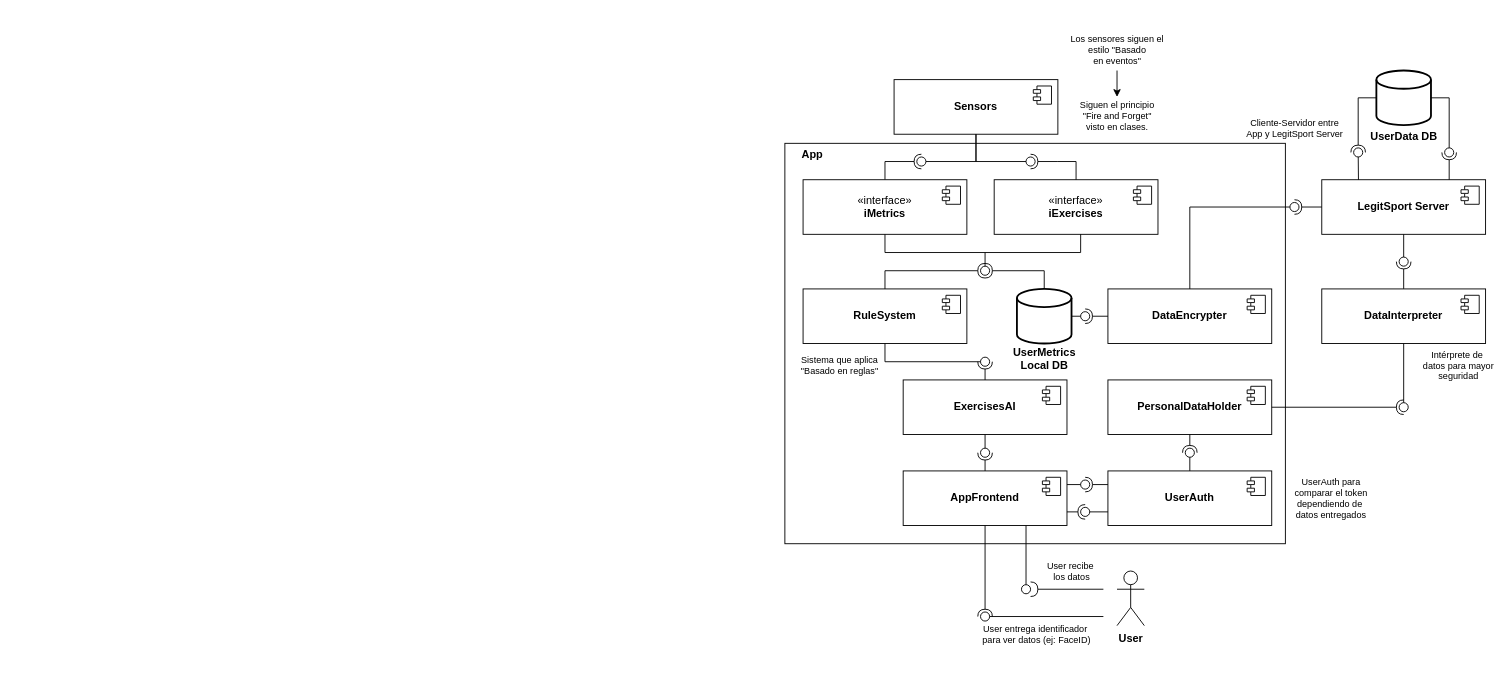
The draw.io diagram Diagrama sin título.drawio in dgolzm/E1-2024-2, before the edit. Source tidied: cells renumbered, new cells numbered last; positions are measured from the earlier drawing's top-left corner, leaving out a move shared by most shapes. Both pictures are drawn from the tidied source at 91%, with x=0, y=0 at pixel (775, 15).
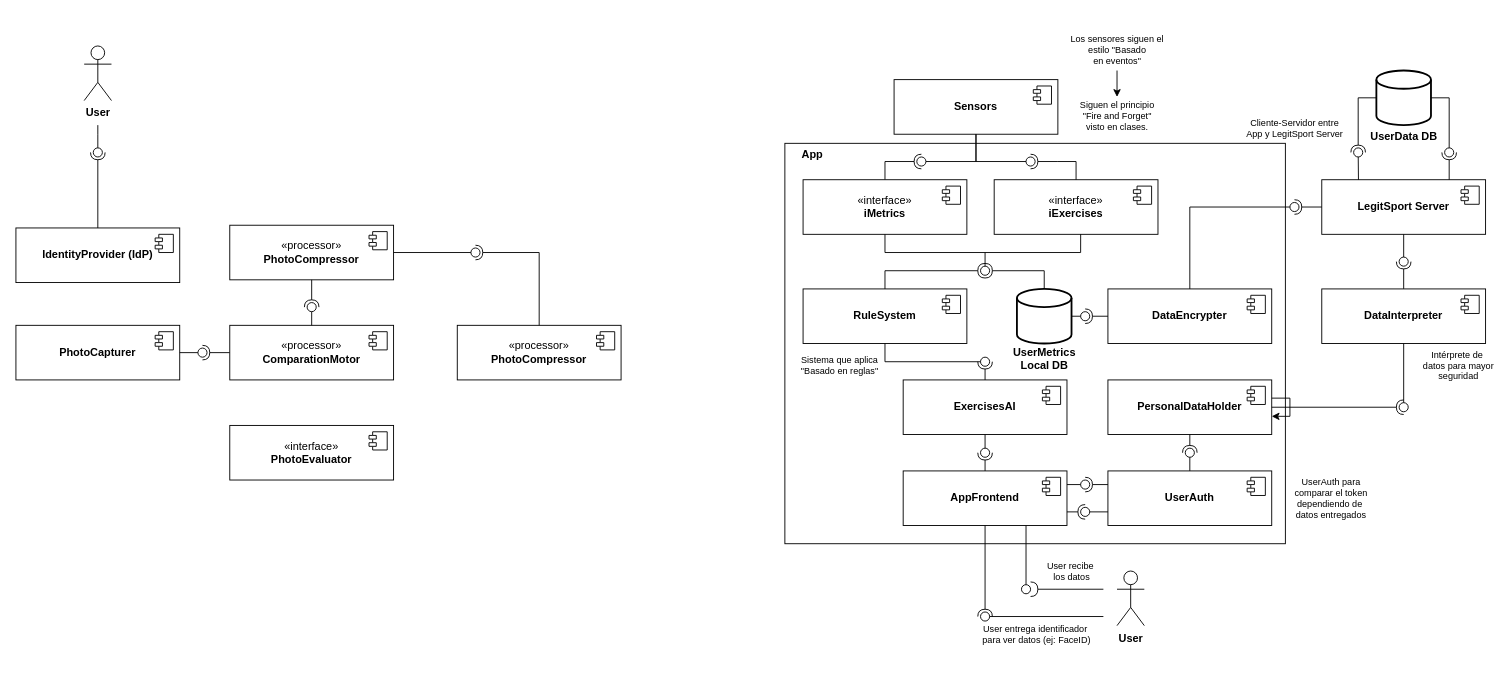
The same page after the edit.

The change refers to these unchanged cells:
```xml
<mxCell id="66" value="&lt;b&gt;PersonalDataHolder&lt;/b&gt;" style="html=1;whiteSpace=wrap;" parent="1" vertex="1">
  <mxGeometry x="365" y="400" width="180" height="60" as="geometry" />
</mxCell>
```

Change to the diagram source:
```diff
@@
+    <mxCell id="91" style="edgeStyle=orthogonalEdgeStyle;rounded=0;orthogonalLoop=1;jettySize=auto;html=1;" parent="1" edge="1" source="66" target="66">
+      <mxGeometry relative="1" as="geometry" />
+    </mxCell>
+    <mxCell id="92" value="&lt;b&gt;User&lt;/b&gt;" style="shape=umlActor;verticalLabelPosition=bottom;verticalAlign=top;html=1;" parent="1" vertex="1">
+      <mxGeometry x="-760" y="33" width="30" height="60" as="geometry" />
+    </mxCell>
+    <mxCell id="93" value="&lt;b&gt;IdentityProvider (IdP)&lt;/b&gt;" style="html=1;whiteSpace=wrap;" parent="1" vertex="1">
+      <mxGeometry x="-835" y="233" width="180" height="60" as="geometry" />
+    </mxCell>
+    <mxCell id="94" style="shape=module;jettyWidth=8;jettyHeight=4;" parent="93" vertex="1">
+      <mxGeometry x="1" width="20" height="20" relative="1" as="geometry">
+        <mxPoint x="-27" y="7" as="offset" />
+      </mxGeometry>
+    </mxCell>
+    <mxCell id="95" style="rounded=0;jettySize=auto;html=1;endArrow=halfCircle;endFill=0;endSize=6;strokeWidth=1;sketch=0;exitX=0.5;exitY=0;exitDx=0;exitDy=0;" parent="1" edge="1" source="93">
+      <mxGeometry relative="1" as="geometry">
+        <mxPoint x="-745" y="150" as="targetPoint" />
+      </mxGeometry>
+    </mxCell>
+    <mxCell id="96" style="rounded=0;orthogonalLoop=1;jettySize=auto;html=1;endArrow=oval;endFill=0;sketch=0;sourcePerimeterSpacing=0;targetPerimeterSpacing=0;endSize=10;" parent="1" edge="1">
+      <mxGeometry relative="1" as="geometry">
+        <mxPoint x="-745" y="120" as="sourcePoint" />
+        <mxPoint x="-745" y="150" as="targetPoint" />
+        <Array as="points">
+          <mxPoint x="-745" y="130" />
+        </Array>
+      </mxGeometry>
+    </mxCell>
+    <mxCell id="97" value="&lt;b&gt;PhotoCapturer&lt;/b&gt;" style="html=1;whiteSpace=wrap;" parent="1" vertex="1">
+      <mxGeometry x="-835" y="340" width="180" height="60" as="geometry" />
+    </mxCell>
+    <mxCell id="98" style="shape=module;jettyWidth=8;jettyHeight=4;" parent="97" vertex="1">
+      <mxGeometry x="1" width="20" height="20" relative="1" as="geometry">
+        <mxPoint x="-27" y="7" as="offset" />
+      </mxGeometry>
+    </mxCell>
+    <mxCell id="99" style="rounded=0;jettySize=auto;html=1;endArrow=halfCircle;endFill=0;endSize=6;strokeWidth=1;sketch=0;exitX=0;exitY=0.5;exitDx=0;exitDy=0;" parent="1" edge="1" source="101">
+      <mxGeometry relative="1" as="geometry">
+        <mxPoint x="-630" y="370" as="targetPoint" />
+      </mxGeometry>
+    </mxCell>
+    <mxCell id="100" style="rounded=0;jettySize=auto;html=1;endArrow=oval;endFill=0;sketch=0;sourcePerimeterSpacing=0;targetPerimeterSpacing=0;endSize=10;exitX=1;exitY=0.5;exitDx=0;exitDy=0;" parent="1" edge="1" source="97">
+      <mxGeometry relative="1" as="geometry">
+        <mxPoint x="-630" y="370" as="targetPoint" />
+      </mxGeometry>
+    </mxCell>
+    <mxCell id="101" value="«processor»&lt;br&gt;&lt;b&gt;ComparationMotor&lt;/b&gt;" style="html=1;whiteSpace=wrap;" parent="1" vertex="1">
+      <mxGeometry x="-600" y="340" width="180" height="60" as="geometry" />
+    </mxCell>
+    <mxCell id="102" style="shape=module;jettyWidth=8;jettyHeight=4;" parent="101" vertex="1">
+      <mxGeometry x="1" width="20" height="20" relative="1" as="geometry">
+        <mxPoint x="-27" y="7" as="offset" />
+      </mxGeometry>
+    </mxCell>
+    <mxCell id="103" value="«interface»&lt;br&gt;&lt;b&gt;PhotoEvaluator&lt;/b&gt;" style="html=1;whiteSpace=wrap;" parent="1" vertex="1">
+      <mxGeometry x="-600" y="450" width="180" height="60" as="geometry" />
+    </mxCell>
+    <mxCell id="104" style="shape=module;jettyWidth=8;jettyHeight=4;" parent="103" vertex="1">
+      <mxGeometry x="1" width="20" height="20" relative="1" as="geometry">
+        <mxPoint x="-27" y="7" as="offset" />
+      </mxGeometry>
+    </mxCell>
+    <mxCell id="105" value="«processor»&lt;br&gt;&lt;b&gt;PhotoCompressor&lt;/b&gt;" style="html=1;whiteSpace=wrap;" parent="1" vertex="1">
+      <mxGeometry x="-600" y="230" width="180" height="60" as="geometry" />
+    </mxCell>
+    <mxCell id="106" style="shape=module;jettyWidth=8;jettyHeight=4;" parent="105" vertex="1">
+      <mxGeometry x="1" width="20" height="20" relative="1" as="geometry">
+        <mxPoint x="-27" y="7" as="offset" />
+      </mxGeometry>
+    </mxCell>
+    <mxCell id="107" style="rounded=0;jettySize=auto;html=1;endArrow=halfCircle;endFill=0;endSize=6;strokeWidth=1;sketch=0;exitX=0.5;exitY=1;exitDx=0;exitDy=0;" parent="1" edge="1" source="105">
+      <mxGeometry relative="1" as="geometry">
+        <mxPoint x="-510" y="320" as="targetPoint" />
+      </mxGeometry>
+    </mxCell>
+    <mxCell id="108" style="rounded=0;jettySize=auto;html=1;endArrow=oval;endFill=0;sketch=0;sourcePerimeterSpacing=0;targetPerimeterSpacing=0;endSize=10;exitX=0.5;exitY=0;exitDx=0;exitDy=0;" parent="1" edge="1" source="101">
+      <mxGeometry relative="1" as="geometry">
+        <mxPoint x="-510" y="320" as="targetPoint" />
+      </mxGeometry>
+    </mxCell>
+    <mxCell id="109" value="«processor»&lt;br&gt;&lt;b&gt;PhotoCompressor&lt;/b&gt;" style="html=1;whiteSpace=wrap;" parent="1" vertex="1">
+      <mxGeometry x="-350" y="340" width="180" height="60" as="geometry" />
+    </mxCell>
+    <mxCell id="110" style="shape=module;jettyWidth=8;jettyHeight=4;" parent="109" vertex="1">
+      <mxGeometry x="1" width="20" height="20" relative="1" as="geometry">
+        <mxPoint x="-27" y="7" as="offset" />
+      </mxGeometry>
+    </mxCell>
+    <mxCell id="111" style="rounded=0;jettySize=auto;html=1;endArrow=halfCircle;endFill=0;endSize=6;strokeWidth=1;sketch=0;exitX=0.5;exitY=0;exitDx=0;exitDy=0;" parent="1" edge="1" source="109" target="113">
+      <mxGeometry relative="1" as="geometry">
+        <Array as="points">
+          <mxPoint x="-260" y="260" />
+        </Array>
+      </mxGeometry>
+    </mxCell>
+    <mxCell id="112" style="rounded=0;jettySize=auto;html=1;endArrow=oval;endFill=0;sketch=0;sourcePerimeterSpacing=0;targetPerimeterSpacing=0;endSize=10;exitX=1;exitY=0.5;exitDx=0;exitDy=0;" parent="1" edge="1" source="105" target="113">
+      <mxGeometry relative="1" as="geometry" />
+    </mxCell>
+    <mxCell id="113" style="ellipse;whiteSpace=wrap;html=1;align=center;fillColor=none;strokeColor=none;perimeter=centerPerimeter;points=[];outlineConnect=1;" parent="1" vertex="1">
+      <mxGeometry x="-335" y="255" width="10" height="10" as="geometry" />
+    </mxCell>
```
